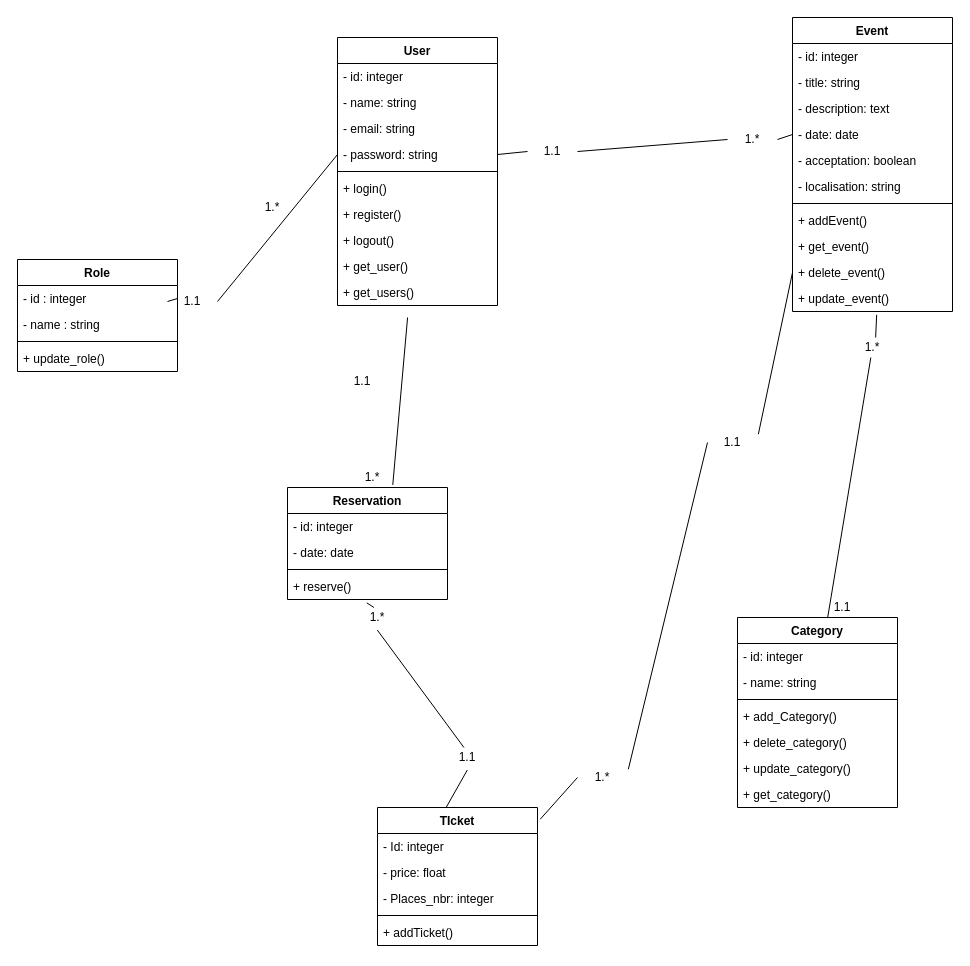
Above: conception/diagramme_classe.drawio in AllaouiJihad/Evento (draw.io), before the change. Source tidied: cells renumbered, new cells numbered last; positions are measured from the earlier drawing's top-left corner, leaving out a move shared by most shapes. Both pictures are drawn from the tidied source at 100%, with x=0, y=0 at pixel (17, 17).
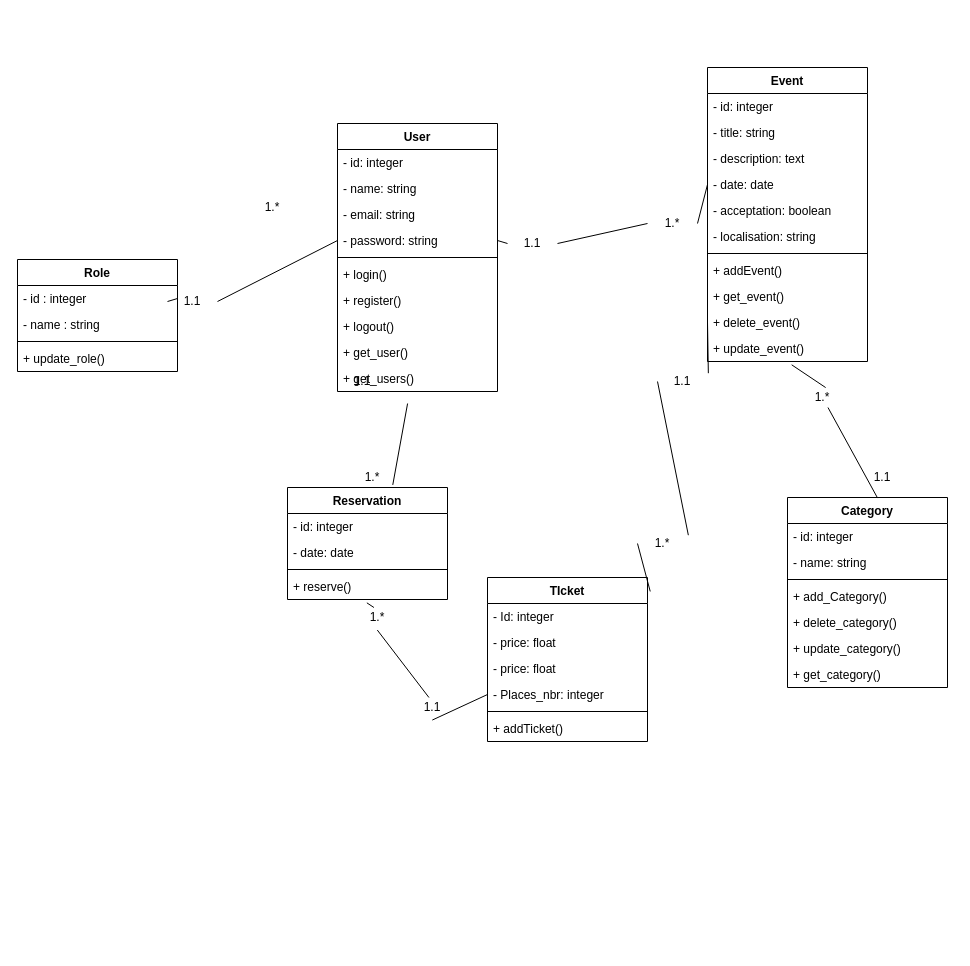
After the change.

The edit, as a diff of the source:
```diff
@@
     <mxCell id="2" value="User" style="swimlane;fontStyle=1;align=center;verticalAlign=top;horizontal=1;startSize=26;" parent="1" vertex="1">
-      <mxGeometry x="320" y="20" width="160" height="268" as="geometry" />
+      <mxGeometry x="320" y="106" width="160" height="268" as="geometry" />
     </mxCell>
@@
     <mxCell id="13" value="Event" style="swimlane;fontStyle=1;align=center;verticalAlign=top;horizontal=1;startSize=26;" parent="1" vertex="1">
-      <mxGeometry x="775" width="160" height="294" as="geometry" />
+      <mxGeometry x="690" y="50" width="160" height="294" as="geometry" />
     </mxCell>
@@
     <mxCell id="25" value="Category" style="swimlane;fontStyle=1;align=center;verticalAlign=top;horizontal=1;startSize=26;" parent="1" vertex="1">
-      <mxGeometry x="720" y="600" width="160" height="190" as="geometry" />
+      <mxGeometry x="770" y="480" width="160" height="190" as="geometry" />
     </mxCell>
@@
     <mxCell id="33" value="TIcket" style="swimlane;fontStyle=1;align=center;verticalAlign=top;horizontal=1;startSize=26;" parent="1" vertex="1">
-      <mxGeometry x="360" y="790" width="160" height="138" as="geometry" />
+      <mxGeometry x="470" y="560" width="160" height="164" as="geometry" />
     </mxCell>
@@
+    <mxCell id="75" value="- price: float" style="text;strokeColor=none;fillColor=none;align=left;verticalAlign=top;spacingLeft=4;spacingRight=4;overflow=hidden;" parent="33" vertex="1">
+      <mxGeometry y="78" width="160" height="26" as="geometry" />
+    </mxCell>
     <mxCell id="36" value="- Places_nbr: integer" style="text;strokeColor=none;fillColor=none;align=left;verticalAlign=top;spacingLeft=4;spacingRight=4;overflow=hidden;points=[[0,0.5],[1,0.5]];portConstraint=eastwest;" parent="33" vertex="1">
-      <mxGeometry y="78" width="160" height="26" as="geometry" />
+      <mxGeometry y="104" width="160" height="26" as="geometry" />
     </mxCell>
     <mxCell id="37" style="line;strokeWidth=1;fillColor=none;align=left;verticalAlign=middle;spacingTop=-1;spacingLeft=3;spacingRight=3;labelPosition=right;strokeColor=inherit;" parent="33" vertex="1">
-      <mxGeometry y="104" width="160" height="8" as="geometry" />
+      <mxGeometry y="130" width="160" height="8" as="geometry" />
     </mxCell>
     <mxCell id="38" value="+ addTicket()" style="text;strokeColor=none;fillColor=none;align=left;verticalAlign=top;spacingLeft=4;spacingRight=4;overflow=hidden;" parent="33" vertex="1">
-      <mxGeometry y="112" width="160" height="26" as="geometry" />
+      <mxGeometry y="138" width="160" height="26" as="geometry" />
     </mxCell>
@@
     <mxCell id="46" value="1.1" style="text;html=1;strokeColor=none;fillColor=none;align=center;verticalAlign=middle;whiteSpace=wrap;rounded=0;" parent="1" vertex="1">
-      <mxGeometry x="800" y="580" width="50" height="20" as="geometry" />
+      <mxGeometry x="840" y="450" width="50" height="20" as="geometry" />
     </mxCell>
@@
-    <mxCell id="63" style="endArrow=none;html=1;exitX=0.429;exitY=0;exitDx=0;exitDy=0;exitPerimeter=0;entryX=0.496;entryY=1.128;entryDx=0;entryDy=0;entryPerimeter=0;" parent="1" edge="1" source="33" target="64">
+    <mxCell id="63" style="endArrow=none;html=1;exitX=0;exitY=0.5;exitDx=0;exitDy=0;entryX=0.496;entryY=1.128;entryDx=0;entryDy=0;entryPerimeter=0;" parent="1" edge="1" source="36" target="64">
       <mxGeometry relative="1" as="geometry" />
     </mxCell>
     <mxCell id="64" value="1.1" style="text;html=1;strokeColor=none;fillColor=none;align=center;verticalAlign=middle;whiteSpace=wrap;rounded=0;" parent="1" vertex="1">
-      <mxGeometry x="425" y="730" width="50" height="20" as="geometry" />
+      <mxGeometry x="390" y="680" width="50" height="20" as="geometry" />
     </mxCell>
@@
     <mxCell id="66" value="1.*" style="text;html=1;strokeColor=none;fillColor=none;align=center;verticalAlign=middle;whiteSpace=wrap;rounded=0;" parent="1" vertex="1">
-      <mxGeometry x="560" y="750" width="50" height="20" as="geometry" />
+      <mxGeometry x="620" y="516" width="50" height="20" as="geometry" />
     </mxCell>
@@
     <mxCell id="68" value="1.1" style="text;html=1;strokeColor=none;fillColor=none;align=center;verticalAlign=middle;whiteSpace=wrap;rounded=0;" parent="1" vertex="1">
-      <mxGeometry x="690" y="415" width="50" height="20" as="geometry" />
+      <mxGeometry x="640" y="354" width="50" height="20" as="geometry" />
     </mxCell>
@@
     <mxCell id="70" value="1.*" style="text;html=1;strokeColor=none;fillColor=none;align=center;verticalAlign=middle;whiteSpace=wrap;rounded=0;" parent="1" vertex="1">
-      <mxGeometry x="830" y="320" width="50" height="20" as="geometry" />
+      <mxGeometry x="780" y="370" width="50" height="20" as="geometry" />
     </mxCell>
@@
     <mxCell id="72" value="1.*" style="text;html=1;strokeColor=none;fillColor=none;align=center;verticalAlign=middle;whiteSpace=wrap;rounded=0;" parent="1" vertex="1">
-      <mxGeometry x="710" y="112" width="50" height="20" as="geometry" />
+      <mxGeometry x="630" y="196" width="50" height="20" as="geometry" />
     </mxCell>
@@
     <mxCell id="74" value="1.1" style="text;html=1;strokeColor=none;fillColor=none;align=center;verticalAlign=middle;whiteSpace=wrap;rounded=0;" parent="1" vertex="1">
-      <mxGeometry x="510" y="124" width="50" height="20" as="geometry" />
+      <mxGeometry x="490" y="216" width="50" height="20" as="geometry" />
     </mxCell>
```
